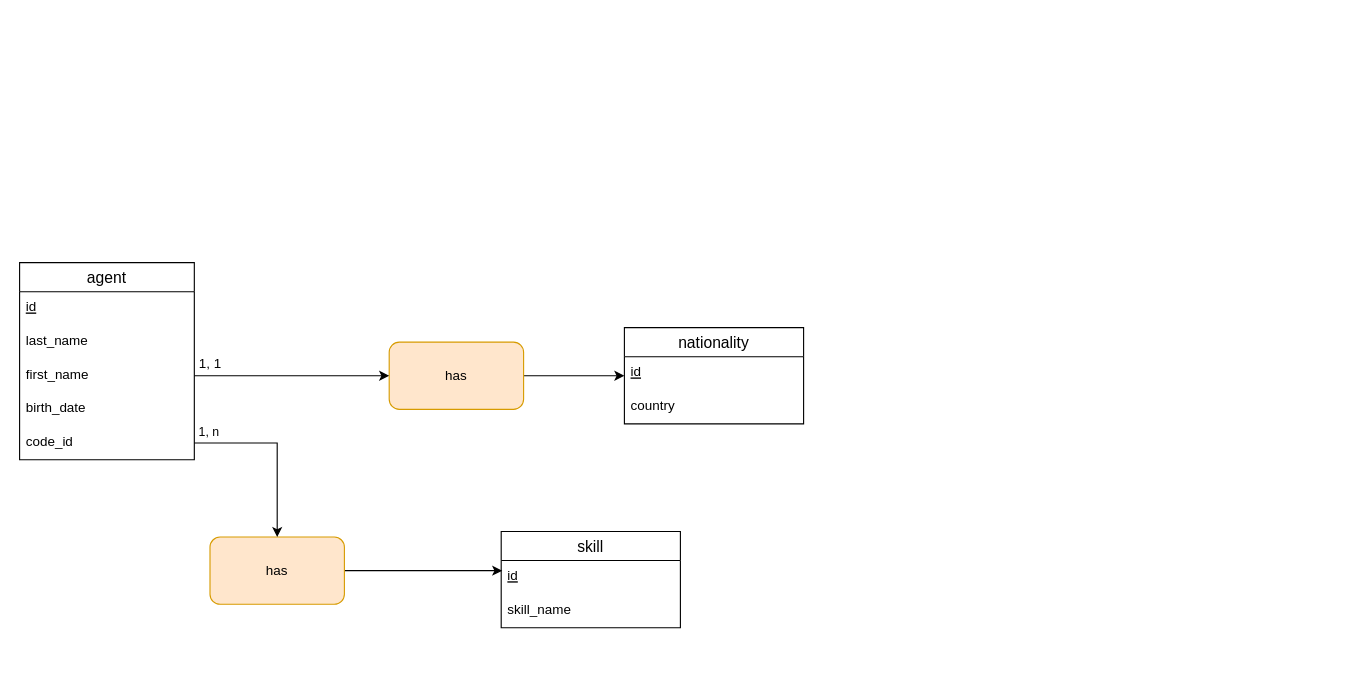
Armafobe/spy-test keeps this draw.io diagram as MCD.drawio. Above is the earlier version. Source tidied: cells renumbered, new cells numbered last; positions are measured from the earlier drawing's top-left corner, leaving out a move shared by most shapes. Both pictures are drawn from the tidied source at 112%, with x=0, y=0 at pixel (19, 262).
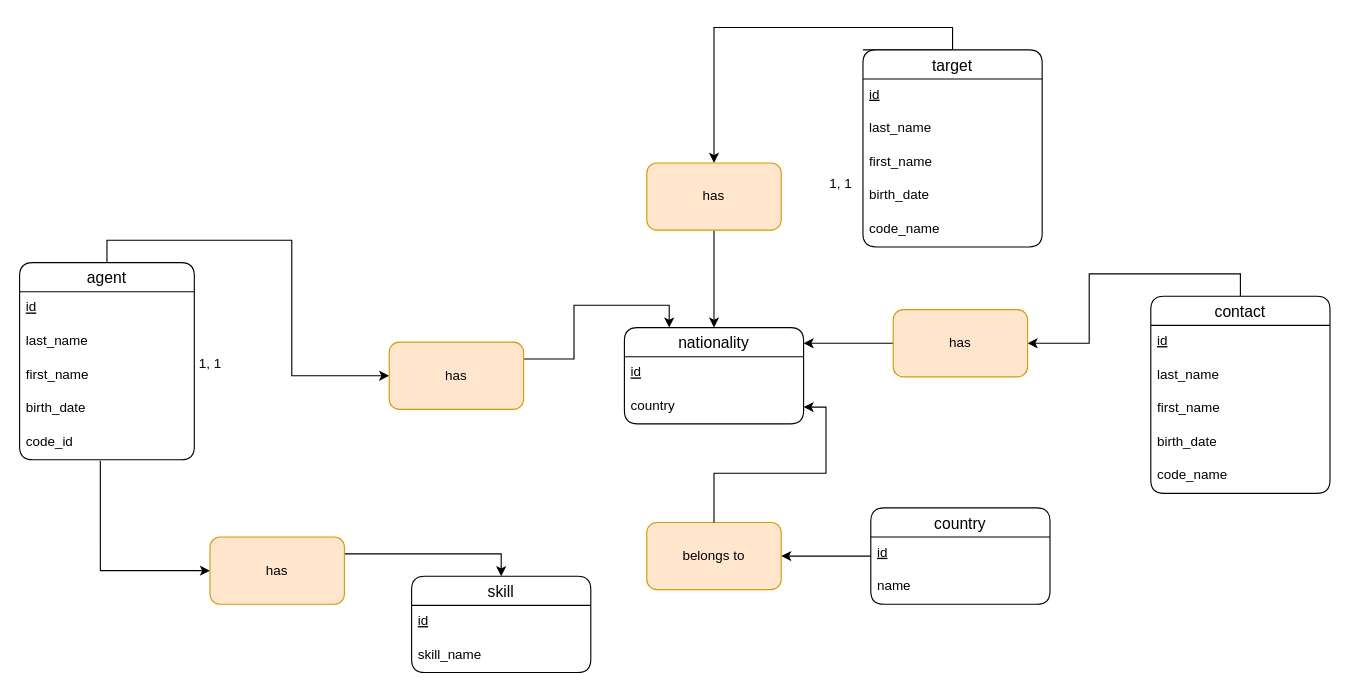
The same diagram, later.

Unchanged cells that the change refers to:
```xml
<mxCell id="5" value="first_name" style="text;strokeColor=none;fillColor=none;spacingLeft=4;spacingRight=4;overflow=hidden;points=[[0,0.5],[1,0.5]];portConstraint=eastwest;fontSize=12;" parent="2" vertex="1">
  <mxGeometry y="86" width="156" height="30" as="geometry" />
</mxCell>
<mxCell id="7" value="code_id" style="text;strokeColor=none;fillColor=none;spacingLeft=4;spacingRight=4;overflow=hidden;points=[[0,0.5],[1,0.5]];portConstraint=eastwest;fontSize=12;" parent="2" vertex="1">
  <mxGeometry y="146" width="156" height="30" as="geometry" />
</mxCell>
<mxCell id="9" value="has" style="rounded=1;whiteSpace=wrap;html=1;fillColor=#ffe6cc;strokeColor=#d79b00;" parent="1" vertex="1">
  <mxGeometry x="330" y="71" width="120" height="60" as="geometry" />
</mxCell>
<mxCell id="13" value="country" style="text;strokeColor=none;fillColor=none;spacingLeft=4;spacingRight=4;overflow=hidden;points=[[0,0.5],[1,0.5]];portConstraint=eastwest;fontSize=12;" parent="11" vertex="1">
  <mxGeometry y="56" width="160" height="30" as="geometry" />
</mxCell>
<mxCell id="15" value="id" style="text;strokeColor=none;fillColor=none;spacingLeft=4;spacingRight=4;overflow=hidden;points=[[0,0.5],[1,0.5]];portConstraint=eastwest;fontSize=12;fontStyle=4;" parent="14" vertex="1">
  <mxGeometry y="26" width="160" height="30" as="geometry" />
</mxCell>
<mxCell id="18" value="has" style="rounded=1;whiteSpace=wrap;html=1;fillColor=#ffe6cc;strokeColor=#d79b00;" parent="1" vertex="1">
  <mxGeometry x="170" y="245" width="120" height="60" as="geometry" />
</mxCell>
```

Diff of the diagram source:
```diff
@@
+    <mxCell id="22" style="edgeStyle=orthogonalEdgeStyle;rounded=0;jettySize=auto;html=1;exitX=0.5;exitY=0;exitDx=0;exitDy=0;entryX=0;entryY=0.5;entryDx=0;entryDy=0;" parent="1" edge="1" source="2" target="9">
+      <mxGeometry relative="1" as="geometry" />
+    </mxCell>
-    <mxCell id="2" value="agent" style="swimlane;fontStyle=0;horizontal=1;startSize=26;align=center;fontSize=14;" parent="1" vertex="1">
+    <mxCell id="2" value="agent" style="swimlane;fontStyle=0;horizontal=1;startSize=26;align=center;fontSize=14;rounded=1;" parent="1" vertex="1">
       <mxGeometry width="156" height="176" as="geometry" />
     </mxCell>
@@
-    <mxCell id="8" style="edgeStyle=orthogonalEdgeStyle;rounded=0;jettySize=auto;html=1;entryX=0;entryY=0.5;entryDx=0;entryDy=0;" parent="1" edge="1" source="9" target="11">
+    <mxCell id="8" style="edgeStyle=orthogonalEdgeStyle;rounded=0;jettySize=auto;html=1;exitX=1;exitY=0.25;exitDx=0;exitDy=0;entryX=0.25;entryY=0;entryDx=0;entryDy=0;" parent="1" edge="1" source="9" target="11">
       <mxGeometry relative="1" as="geometry" />
     </mxCell>
@@
-    <mxCell id="10" style="edgeStyle=orthogonalEdgeStyle;rounded=0;jettySize=auto;html=1;entryX=0;entryY=0.5;entryDx=0;entryDy=0;" parent="1" edge="1" source="5" target="9">
-      <mxGeometry relative="1" as="geometry" />
-    </mxCell>
-    <mxCell id="11" value="nationality" style="swimlane;fontStyle=0;horizontal=1;startSize=26;align=center;fontSize=14;" parent="1" vertex="1">
+    <mxCell id="11" value="nationality" style="swimlane;fontStyle=0;horizontal=1;startSize=26;align=center;fontSize=14;rounded=1;" parent="1" vertex="1">
       <mxGeometry x="540" y="58" width="160" height="86" as="geometry" />
     </mxCell>
@@
-    <mxCell id="14" value="skill" style="swimlane;fontStyle=0;horizontal=1;startSize=26;align=center;fontSize=14;" parent="1" vertex="1">
-      <mxGeometry x="430" y="240" width="160" height="86" as="geometry" />
+    <mxCell id="14" value="skill" style="swimlane;fontStyle=0;horizontal=1;startSize=26;align=center;fontSize=14;rounded=1;" parent="1" vertex="1">
+      <mxGeometry x="350" y="280" width="160" height="86" as="geometry" />
     </mxCell>
@@
-    <mxCell id="17" style="edgeStyle=orthogonalEdgeStyle;rounded=0;jettySize=auto;html=1;entryX=0.006;entryY=0.3;entryDx=0;entryDy=0;entryPerimeter=0;" parent="1" edge="1" source="18" target="15">
-      <mxGeometry relative="1" as="geometry" />
-    </mxCell>
+    <mxCell id="23" style="edgeStyle=orthogonalEdgeStyle;rounded=0;jettySize=auto;html=1;exitX=1;exitY=0.25;exitDx=0;exitDy=0;entryX=0.5;entryY=0;entryDx=0;entryDy=0;" parent="1" edge="1" source="18" target="14">
+      <mxGeometry relative="1" as="geometry" />
+    </mxCell>
+    <mxCell id="24" style="edgeStyle=orthogonalEdgeStyle;rounded=0;jettySize=auto;html=1;exitX=0;exitY=0.5;exitDx=0;exitDy=0;entryX=0.462;entryY=1.033;entryDx=0;entryDy=0;entryPerimeter=0;startArrow=classic;startFill=1;endArrow=none;endFill=0;" parent="1" edge="1" source="18" target="7">
+      <mxGeometry relative="1" as="geometry" />
+    </mxCell>
@@
-    <mxCell id="19" style="edgeStyle=orthogonalEdgeStyle;rounded=0;jettySize=auto;html=1;entryX=0.5;entryY=0;entryDx=0;entryDy=0;entryPerimeter=0;" parent="1" edge="1" source="7" target="18">
-      <mxGeometry relative="1" as="geometry" />
-    </mxCell>
-    <mxCell id="20" value="1, n" style="edgeLabel;html=1;align=center;verticalAlign=middle;" parent="19" vertex="1">
-      <mxGeometry x="-0.85" y="4" relative="1" as="geometry">
-        <mxPoint y="-7" as="offset" />
-      </mxGeometry>
-    </mxCell>
@@
+    <mxCell id="25" style="edgeStyle=orthogonalEdgeStyle;rounded=0;jettySize=auto;html=1;exitX=0;exitY=0;exitDx=0;exitDy=0;entryX=0.5;entryY=0;entryDx=0;entryDy=0;" parent="1" edge="1" source="26" target="33">
+      <mxGeometry relative="1" as="geometry">
+        <Array as="points">
+          <mxPoint x="833" y="-190" />
+          <mxPoint x="833" y="-210" />
+          <mxPoint x="620" y="-210" />
+        </Array>
+      </mxGeometry>
+    </mxCell>
+    <mxCell id="26" value="target" style="swimlane;fontStyle=0;horizontal=1;startSize=26;align=center;fontSize=14;rounded=1;swimlaneLine=1;" parent="1" vertex="1">
+      <mxGeometry x="753" y="-190" width="160" height="176" as="geometry" />
+    </mxCell>
+    <mxCell id="27" value="id" style="text;strokeColor=none;fillColor=none;spacingLeft=4;spacingRight=4;overflow=hidden;fontSize=12;fontStyle=4;" parent="26" vertex="1">
+      <mxGeometry y="26" width="160" height="30" as="geometry" />
+    </mxCell>
+    <mxCell id="28" value="last_name" style="text;strokeColor=none;fillColor=none;spacingLeft=4;spacingRight=4;overflow=hidden;fontSize=12;" parent="26" vertex="1">
+      <mxGeometry y="56" width="160" height="30" as="geometry" />
+    </mxCell>
+    <mxCell id="29" value="first_name" style="text;strokeColor=none;fillColor=none;spacingLeft=4;spacingRight=4;overflow=hidden;fontSize=12;" parent="26" vertex="1">
+      <mxGeometry y="86" width="160" height="30" as="geometry" />
+    </mxCell>
+    <mxCell id="30" value="birth_date" style="text;strokeColor=none;fillColor=none;spacingLeft=4;spacingRight=4;overflow=hidden;fontSize=12;" parent="26" vertex="1">
+      <mxGeometry y="116" width="160" height="30" as="geometry" />
+    </mxCell>
+    <mxCell id="31" value="code_name" style="text;strokeColor=none;fillColor=none;spacingLeft=4;spacingRight=4;overflow=hidden;fontSize=12;" parent="26" vertex="1">
+      <mxGeometry y="146" width="160" height="30" as="geometry" />
+    </mxCell>
+    <mxCell id="32" style="edgeStyle=orthogonalEdgeStyle;rounded=0;jettySize=auto;html=1;" parent="1" edge="1" source="33" target="11">
+      <mxGeometry relative="1" as="geometry" />
+    </mxCell>
+    <mxCell id="33" value="has" style="rounded=1;whiteSpace=wrap;html=1;fillColor=#ffe6cc;strokeColor=#d79b00;" parent="1" vertex="1">
+      <mxGeometry x="560" y="-89" width="120" height="60" as="geometry" />
+    </mxCell>
+    <mxCell id="34" value="1, 1" style="text;html=1;align=center;verticalAlign=middle;strokeColor=none;fillColor=none;" parent="1" vertex="1">
+      <mxGeometry x="713" y="-80" width="40" height="20" as="geometry" />
+    </mxCell>
+    <mxCell id="35" style="edgeStyle=orthogonalEdgeStyle;rounded=0;jettySize=auto;html=1;exitX=0.5;exitY=0;exitDx=0;exitDy=0;entryX=1;entryY=0.5;entryDx=0;entryDy=0;" parent="1" edge="1" source="36" target="43">
+      <mxGeometry relative="1" as="geometry" />
+    </mxCell>
+    <mxCell id="36" value="contact" style="swimlane;fontStyle=0;horizontal=1;startSize=26;align=center;fontSize=14;rounded=1;" parent="1" vertex="1">
+      <mxGeometry x="1010" y="30" width="160" height="176" as="geometry" />
+    </mxCell>
+    <mxCell id="37" value="id" style="text;strokeColor=none;fillColor=none;spacingLeft=4;spacingRight=4;overflow=hidden;fontSize=12;fontStyle=4;" parent="36" vertex="1">
+      <mxGeometry y="26" width="160" height="30" as="geometry" />
+    </mxCell>
+    <mxCell id="38" value="last_name" style="text;strokeColor=none;fillColor=none;spacingLeft=4;spacingRight=4;overflow=hidden;fontSize=12;" parent="36" vertex="1">
+      <mxGeometry y="56" width="160" height="30" as="geometry" />
+    </mxCell>
+    <mxCell id="39" value="first_name" style="text;strokeColor=none;fillColor=none;spacingLeft=4;spacingRight=4;overflow=hidden;fontSize=12;" parent="36" vertex="1">
+      <mxGeometry y="86" width="160" height="30" as="geometry" />
+    </mxCell>
+    <mxCell id="40" value="birth_date" style="text;strokeColor=none;fillColor=none;spacingLeft=4;spacingRight=4;overflow=hidden;fontSize=12;" parent="36" vertex="1">
+      <mxGeometry y="116" width="160" height="30" as="geometry" />
+    </mxCell>
+    <mxCell id="41" value="code_name" style="text;strokeColor=none;fillColor=none;spacingLeft=4;spacingRight=4;overflow=hidden;fontSize=12;" parent="36" vertex="1">
+      <mxGeometry y="146" width="160" height="30" as="geometry" />
+    </mxCell>
+    <mxCell id="42" style="edgeStyle=orthogonalEdgeStyle;rounded=0;jettySize=auto;html=1;exitX=0;exitY=0.5;exitDx=0;exitDy=0;" parent="1" edge="1" source="43">
+      <mxGeometry relative="1" as="geometry">
+        <mxPoint x="700" y="72" as="targetPoint" />
+      </mxGeometry>
+    </mxCell>
+    <mxCell id="43" value="has" style="rounded=1;whiteSpace=wrap;html=1;fillColor=#ffe6cc;strokeColor=#d79b00;" parent="1" vertex="1">
+      <mxGeometry x="780" y="42" width="120" height="60" as="geometry" />
+    </mxCell>
+    <mxCell id="44" style="edgeStyle=orthogonalEdgeStyle;rounded=0;jettySize=auto;html=1;entryX=1;entryY=0.5;entryDx=0;entryDy=0;" parent="1" edge="1" source="45" target="48">
+      <mxGeometry relative="1" as="geometry" />
+    </mxCell>
+    <mxCell id="45" value="country" style="swimlane;fontStyle=0;horizontal=1;startSize=26;align=center;fontSize=14;rounded=1;" parent="1" vertex="1">
+      <mxGeometry x="760" y="219" width="160" height="86" as="geometry" />
+    </mxCell>
+    <mxCell id="46" value="id" style="text;strokeColor=none;fillColor=none;spacingLeft=4;spacingRight=4;overflow=hidden;fontSize=12;fontStyle=4;rounded=1;" parent="45" vertex="1">
+      <mxGeometry y="26" width="160" height="30" as="geometry" />
+    </mxCell>
+    <mxCell id="47" value="name" style="text;strokeColor=none;fillColor=none;spacingLeft=4;spacingRight=4;overflow=hidden;fontSize=12;" parent="45" vertex="1">
+      <mxGeometry y="56" width="160" height="30" as="geometry" />
+    </mxCell>
+    <mxCell id="48" value="belongs to" style="rounded=1;whiteSpace=wrap;html=1;fillColor=#ffe6cc;strokeColor=#d79b00;" parent="1" vertex="1">
+      <mxGeometry x="560" y="232" width="120" height="60" as="geometry" />
+    </mxCell>
+    <mxCell id="49" style="edgeStyle=orthogonalEdgeStyle;rounded=0;jettySize=auto;html=1;exitX=1;exitY=0.5;exitDx=0;exitDy=0;entryX=0.5;entryY=0;entryDx=0;entryDy=0;startArrow=classic;startFill=1;endArrow=none;endFill=0;" parent="1" edge="1" source="13" target="48">
+      <mxGeometry relative="1" as="geometry" />
+    </mxCell>
```
